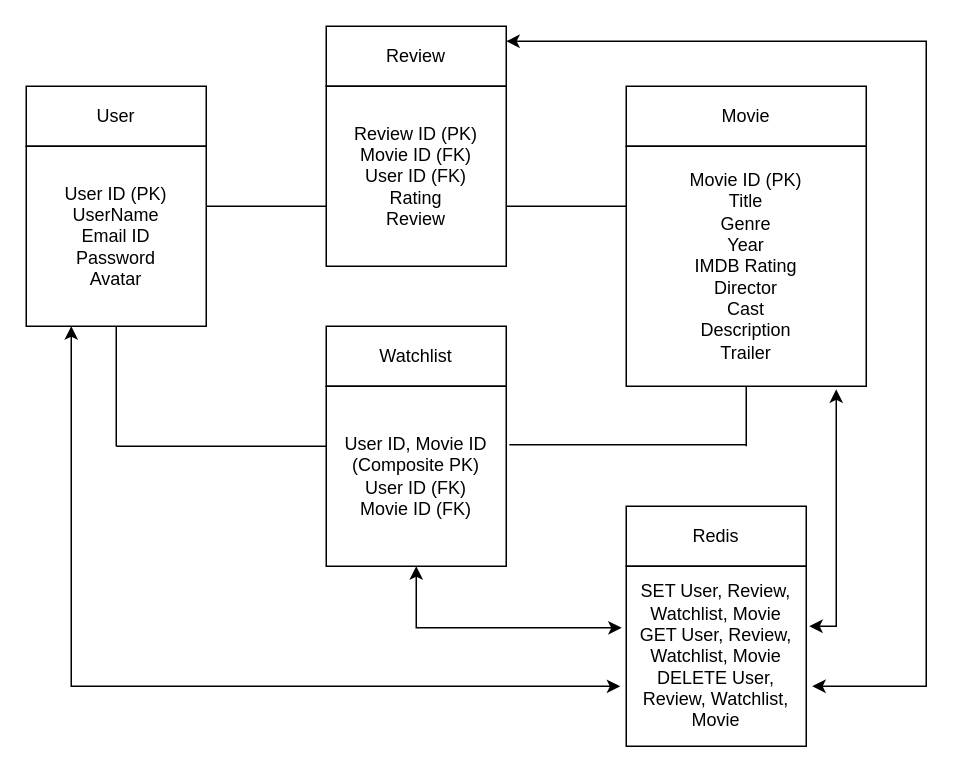
The draw.io diagram page "logical-model" (1 of 2) of backend/drawio/capstone-project.drawio in wilkofm/capstone-project, before the edit. Source tidied: cells renumbered, new cells numbered last; positions are measured from the earlier drawing's top-left corner, leaving out a move shared by most shapes. Both pictures are drawn from the tidied source at 150%, with x=0, y=0 at pixel (26, 26).
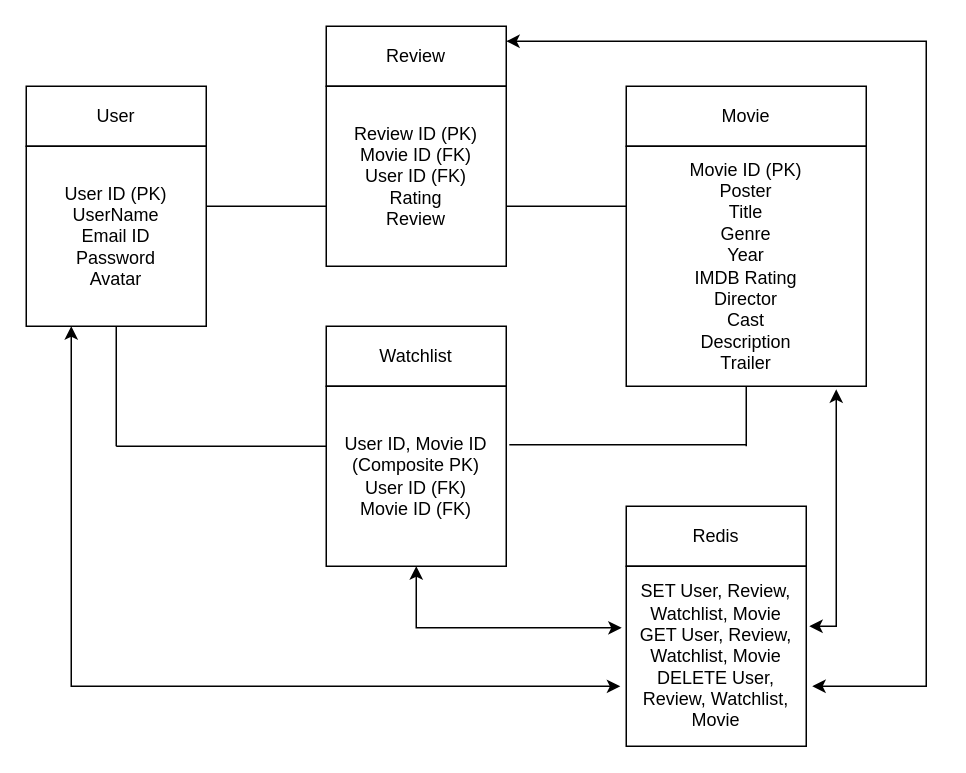
The same page after the edit.

The edit, as a diff of the source:
```diff
@@
-    <mxCell id="9" value="Movie ID (PK)&lt;div&gt;Title&lt;/div&gt;&lt;div&gt;Genre&lt;/div&gt;&lt;div&gt;Year&lt;/div&gt;&lt;div&gt;IMDB Rating&lt;/div&gt;&lt;div&gt;Director&lt;/div&gt;&lt;div&gt;Cast&lt;/div&gt;&lt;div&gt;Description&lt;/div&gt;&lt;div&gt;Trailer&lt;/div&gt;" style="whiteSpace=wrap;html=1;" parent="1" vertex="1">
+    <mxCell id="9" value="Movie ID (PK)&lt;div&gt;Poster&lt;br&gt;&lt;div&gt;Title&lt;/div&gt;&lt;div&gt;Genre&lt;/div&gt;&lt;div&gt;Year&lt;/div&gt;&lt;div&gt;IMDB Rating&lt;/div&gt;&lt;div&gt;Director&lt;/div&gt;&lt;div&gt;Cast&lt;/div&gt;&lt;div&gt;Description&lt;/div&gt;&lt;div&gt;Trailer&lt;/div&gt;&lt;/div&gt;" style="whiteSpace=wrap;html=1;" parent="1" vertex="1">
       <mxGeometry x="400" y="80" width="160" height="160" as="geometry" />
     </mxCell>
```
